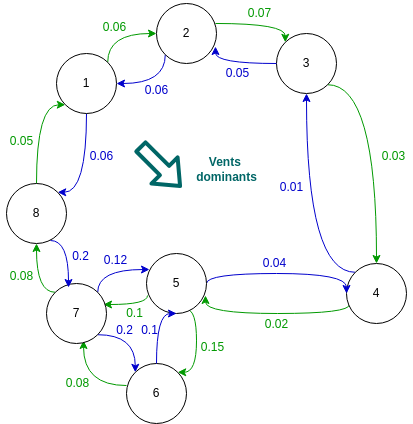
Before: graphique_pop_migration.drawio.png, a diagram exported from draw.io (NoSphyrna/GenPopOidium). Source tidied: cells renumbered, new cells last; positions are measured from the earlier drawing's top-left corner, leaving out a move shared by most shapes.
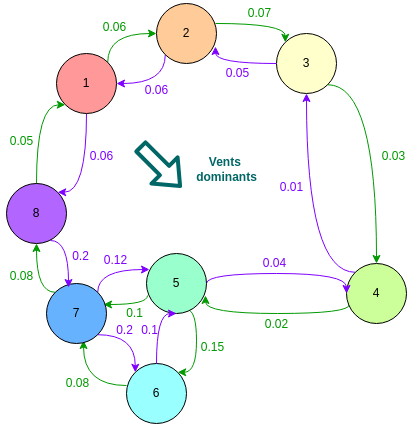
The same file after the commit.

Commit message:
Updated population migration model

Change to the diagram source:
```diff
@@ -2,7 +2,7 @@
   <root>
     <mxCell id="0" />
     <mxCell id="1" parent="0" />
-    <mxCell id="2" style="edgeStyle=orthogonalEdgeStyle;html=1;exitX=0.5;exitY=1;exitDx=0;exitDy=0;entryX=1;entryY=0;entryDx=0;entryDy=0;curved=1;strokeColor=#0000CC;" parent="1" edge="1" source="4" target="25">
+    <mxCell id="2" style="edgeStyle=orthogonalEdgeStyle;html=1;exitX=0.5;exitY=1;exitDx=0;exitDy=0;entryX=1;entryY=0;entryDx=0;entryDy=0;curved=1;strokeColor=#7F00FF;" parent="1" edge="1" source="4" target="25">
       <mxGeometry relative="1" as="geometry">
         <Array as="points">
           <mxPoint x="86" y="192" />
@@ -16,10 +16,10 @@
         </Array>
       </mxGeometry>
     </mxCell>
-    <mxCell id="4" value="1" style="ellipse;whiteSpace=wrap;html=1;" parent="1" vertex="1">
+    <mxCell id="4" value="1" style="ellipse;whiteSpace=wrap;html=1;fillColor=#FF9999;" parent="1" vertex="1">
       <mxGeometry x="56" y="53" width="60" height="60" as="geometry" />
     </mxCell>
-    <mxCell id="5" style="edgeStyle=orthogonalEdgeStyle;html=1;exitX=0;exitY=1;exitDx=0;exitDy=0;entryX=1;entryY=0.5;entryDx=0;entryDy=0;curved=1;strokeColor=#0000CC;" parent="1" edge="1" source="7" target="4">
+    <mxCell id="5" style="edgeStyle=orthogonalEdgeStyle;html=1;exitX=0;exitY=1;exitDx=0;exitDy=0;entryX=1;entryY=0.5;entryDx=0;entryDy=0;curved=1;strokeColor=#7F00FF;" parent="1" edge="1" source="7" target="4">
       <mxGeometry relative="1" as="geometry">
         <Array as="points">
           <mxPoint x="165" y="83" />
@@ -33,16 +33,16 @@
         </Array>
       </mxGeometry>
     </mxCell>
-    <mxCell id="7" value="2" style="ellipse;whiteSpace=wrap;html=1;" parent="1" vertex="1">
+    <mxCell id="7" value="2" style="ellipse;whiteSpace=wrap;html=1;fillColor=#FFCC99;" parent="1" vertex="1">
       <mxGeometry x="156" y="3" width="60" height="60" as="geometry" />
     </mxCell>
     <mxCell id="8" style="edgeStyle=orthogonalEdgeStyle;html=1;exitX=1;exitY=1;exitDx=0;exitDy=0;entryX=0.5;entryY=0;entryDx=0;entryDy=0;curved=1;strokeColor=#009900;" parent="1" edge="1" source="9" target="12">
       <mxGeometry relative="1" as="geometry" />
     </mxCell>
-    <mxCell id="9" value="3" style="ellipse;whiteSpace=wrap;html=1;" parent="1" vertex="1">
+    <mxCell id="9" value="3" style="ellipse;whiteSpace=wrap;html=1;fillColor=#FFFFCC;" parent="1" vertex="1">
       <mxGeometry x="276" y="33" width="60" height="60" as="geometry" />
     </mxCell>
-    <mxCell id="10" style="edgeStyle=orthogonalEdgeStyle;html=1;exitX=0;exitY=0;exitDx=0;exitDy=0;entryX=0.5;entryY=1;entryDx=0;entryDy=0;curved=1;strokeColor=#0000CC;" parent="1" edge="1" source="12" target="9">
+    <mxCell id="10" style="edgeStyle=orthogonalEdgeStyle;html=1;exitX=0;exitY=0;exitDx=0;exitDy=0;entryX=0.5;entryY=1;entryDx=0;entryDy=0;curved=1;strokeColor=#7F00FF;" parent="1" edge="1" source="12" target="9">
       <mxGeometry relative="1" as="geometry" />
     </mxCell>
     <mxCell id="11" style="edgeStyle=orthogonalEdgeStyle;html=1;exitX=0.05;exitY=0.683;exitDx=0;exitDy=0;entryX=0.983;entryY=0.7;entryDx=0;entryDy=0;exitPerimeter=0;curved=1;entryPerimeter=0;strokeColor=#009900;" parent="1" edge="1" source="12" target="16">
@@ -53,10 +53,10 @@
         </Array>
       </mxGeometry>
     </mxCell>
-    <mxCell id="12" value="4" style="ellipse;whiteSpace=wrap;html=1;" parent="1" vertex="1">
+    <mxCell id="12" value="4" style="ellipse;whiteSpace=wrap;html=1;fillColor=#CCFF99;" parent="1" vertex="1">
       <mxGeometry x="346" y="263" width="60" height="60" as="geometry" />
     </mxCell>
-    <mxCell id="13" style="edgeStyle=orthogonalEdgeStyle;html=1;exitX=1;exitY=0.5;exitDx=0;exitDy=0;entryX=0;entryY=0.5;entryDx=0;entryDy=0;curved=1;strokeColor=#0000CC;" parent="1" edge="1" source="16" target="12">
+    <mxCell id="13" style="edgeStyle=orthogonalEdgeStyle;html=1;exitX=1;exitY=0.5;exitDx=0;exitDy=0;entryX=0;entryY=0.5;entryDx=0;entryDy=0;curved=1;strokeColor=#7F00FF;" parent="1" edge="1" source="16" target="12">
       <mxGeometry relative="1" as="geometry">
         <Array as="points">
           <mxPoint x="206" y="273" />
@@ -79,19 +79,19 @@
         </Array>
       </mxGeometry>
     </mxCell>
-    <mxCell id="16" value="5" style="ellipse;whiteSpace=wrap;html=1;" parent="1" vertex="1">
+    <mxCell id="16" value="5" style="ellipse;whiteSpace=wrap;html=1;fillColor=#99FFCC;" parent="1" vertex="1">
       <mxGeometry x="146" y="253" width="60" height="60" as="geometry" />
     </mxCell>
     <mxCell id="17" style="edgeStyle=orthogonalEdgeStyle;html=1;exitX=0;exitY=0.367;exitDx=0;exitDy=0;entryX=0.617;entryY=0.95;entryDx=0;entryDy=0;exitPerimeter=0;entryPerimeter=0;curved=1;strokeColor=#009900;" parent="1" edge="1" source="18" target="22">
       <mxGeometry relative="1" as="geometry" />
     </mxCell>
-    <mxCell id="18" value="6" style="ellipse;whiteSpace=wrap;html=1;" parent="1" vertex="1">
+    <mxCell id="18" value="6" style="ellipse;whiteSpace=wrap;html=1;fillColor=#99FFFF;" parent="1" vertex="1">
       <mxGeometry x="126" y="363" width="60" height="60" as="geometry" />
     </mxCell>
-    <mxCell id="19" style="edgeStyle=orthogonalEdgeStyle;html=1;exitX=1;exitY=1;exitDx=0;exitDy=0;entryX=0;entryY=0;entryDx=0;entryDy=0;curved=1;strokeColor=#0000CC;" parent="1" edge="1" source="22" target="18">
+    <mxCell id="19" style="edgeStyle=orthogonalEdgeStyle;html=1;exitX=1;exitY=1;exitDx=0;exitDy=0;entryX=0;entryY=0;entryDx=0;entryDy=0;curved=1;strokeColor=#7F00FF;" parent="1" edge="1" source="22" target="18">
       <mxGeometry relative="1" as="geometry" />
     </mxCell>
-    <mxCell id="20" style="edgeStyle=orthogonalEdgeStyle;html=1;exitX=1;exitY=0;exitDx=0;exitDy=0;entryX=0.05;entryY=0.267;entryDx=0;entryDy=0;entryPerimeter=0;curved=1;strokeColor=#0000CC;" parent="1" edge="1" source="22" target="16">
+    <mxCell id="20" style="edgeStyle=orthogonalEdgeStyle;html=1;exitX=1;exitY=0;exitDx=0;exitDy=0;entryX=0.05;entryY=0.267;entryDx=0;entryDy=0;entryPerimeter=0;curved=1;strokeColor=#7F00FF;" parent="1" edge="1" source="22" target="16">
       <mxGeometry relative="1" as="geometry">
         <Array as="points">
           <mxPoint x="97" y="269" />
@@ -105,7 +105,7 @@
         </Array>
       </mxGeometry>
     </mxCell>
-    <mxCell id="22" value="7" style="ellipse;whiteSpace=wrap;html=1;" parent="1" vertex="1">
+    <mxCell id="22" value="7" style="ellipse;whiteSpace=wrap;html=1;fillColor=#66B2FF;" parent="1" vertex="1">
       <mxGeometry x="46" y="283" width="60" height="60" as="geometry" />
     </mxCell>
     <mxCell id="23" style="edgeStyle=orthogonalEdgeStyle;html=1;exitX=0.5;exitY=0;exitDx=0;exitDy=0;entryX=0;entryY=1;entryDx=0;entryDy=0;rounded=1;curved=1;strokeColor=#009900;" parent="1" edge="1" source="25" target="4">
@@ -115,24 +115,24 @@
         </Array>
       </mxGeometry>
     </mxCell>
-    <mxCell id="24" style="edgeStyle=orthogonalEdgeStyle;html=1;exitX=0.733;exitY=0.95;exitDx=0;exitDy=0;entryX=0.367;entryY=0.067;entryDx=0;entryDy=0;exitPerimeter=0;entryPerimeter=0;curved=1;strokeColor=#0000CC;" parent="1" edge="1" source="25" target="22">
+    <mxCell id="24" style="edgeStyle=orthogonalEdgeStyle;html=1;exitX=0.733;exitY=0.95;exitDx=0;exitDy=0;entryX=0.367;entryY=0.067;entryDx=0;entryDy=0;exitPerimeter=0;entryPerimeter=0;curved=1;strokeColor=#7F00FF;" parent="1" edge="1" source="25" target="22">
       <mxGeometry relative="1" as="geometry">
         <Array as="points">
           <mxPoint x="68" y="240" />
         </Array>
       </mxGeometry>
     </mxCell>
-    <mxCell id="25" value="8" style="ellipse;whiteSpace=wrap;html=1;" parent="1" vertex="1">
+    <mxCell id="25" value="8" style="ellipse;whiteSpace=wrap;html=1;fillColor=#B266FF;" parent="1" vertex="1">
       <mxGeometry x="6" y="183" width="60" height="60" as="geometry" />
     </mxCell>
-    <mxCell id="26" style="edgeStyle=orthogonalEdgeStyle;html=1;exitX=0;exitY=0.5;exitDx=0;exitDy=0;entryX=0.983;entryY=0.717;entryDx=0;entryDy=0;entryPerimeter=0;curved=1;strokeColor=#0000CC;" parent="1" edge="1" source="9" target="7">
+    <mxCell id="26" style="edgeStyle=orthogonalEdgeStyle;html=1;exitX=0;exitY=0.5;exitDx=0;exitDy=0;entryX=0.983;entryY=0.717;entryDx=0;entryDy=0;entryPerimeter=0;curved=1;strokeColor=#7F00FF;" parent="1" edge="1" source="9" target="7">
       <mxGeometry relative="1" as="geometry">
         <Array as="points">
           <mxPoint x="215" y="63" />
         </Array>
       </mxGeometry>
     </mxCell>
-    <mxCell id="27" style="edgeStyle=orthogonalEdgeStyle;html=1;entryX=0.5;entryY=1;entryDx=0;entryDy=0;curved=1;exitX=0.5;exitY=0;exitDx=0;exitDy=0;strokeColor=#0000CC;" parent="1" edge="1" source="18" target="16">
+    <mxCell id="27" style="edgeStyle=orthogonalEdgeStyle;html=1;entryX=0.5;entryY=1;entryDx=0;entryDy=0;curved=1;exitX=0.5;exitY=0;exitDx=0;exitDy=0;strokeColor=#7F00FF;" parent="1" edge="1" source="18" target="16">
       <mxGeometry relative="1" as="geometry">
         <Array as="points">
           <mxPoint x="156" y="313" />
@@ -166,31 +166,31 @@
     <mxCell id="36" value="&lt;font style=&quot;color: rgb(0, 153, 0);&quot;&gt;0.08&lt;/font&gt;" style="text;html=1;align=center;verticalAlign=middle;strokeColor=none;fillColor=none;" parent="1" vertex="1">
       <mxGeometry y="263" width="41" height="26" as="geometry" />
     </mxCell>
-    <mxCell id="37" value="&lt;font style=&quot;color: rgb(0, 0, 204);&quot;&gt;0.06&lt;/font&gt;" style="text;html=1;align=center;verticalAlign=middle;strokeColor=none;fillColor=none;" parent="1" vertex="1">
+    <mxCell id="37" value="&lt;font style=&quot;color: rgb(127, 0, 255);&quot;&gt;0.06&lt;/font&gt;" style="text;html=1;align=center;verticalAlign=middle;strokeColor=none;fillColor=none;" parent="1" vertex="1">
       <mxGeometry x="80" y="143" width="41" height="26" as="geometry" />
     </mxCell>
-    <mxCell id="38" value="&lt;font style=&quot;color: rgb(0, 0, 204);&quot;&gt;0.06&lt;/font&gt;" style="text;html=1;align=center;verticalAlign=middle;strokeColor=none;fillColor=none;" parent="1" vertex="1">
+    <mxCell id="38" value="&lt;font style=&quot;color: rgb(127, 0, 255);&quot;&gt;0.06&lt;/font&gt;" style="text;html=1;align=center;verticalAlign=middle;strokeColor=none;fillColor=none;" parent="1" vertex="1">
       <mxGeometry x="135.5" y="77" width="41" height="26" as="geometry" />
     </mxCell>
-    <mxCell id="39" value="&lt;font style=&quot;color: rgb(0, 0, 204);&quot;&gt;0.05&lt;/font&gt;" style="text;html=1;align=center;verticalAlign=middle;strokeColor=none;fillColor=none;" parent="1" vertex="1">
+    <mxCell id="39" value="&lt;font style=&quot;color: rgb(127, 0, 255);&quot;&gt;0.05&lt;/font&gt;" style="text;html=1;align=center;verticalAlign=middle;strokeColor=none;fillColor=none;" parent="1" vertex="1">
       <mxGeometry x="216" y="60" width="41" height="26" as="geometry" />
     </mxCell>
-    <mxCell id="40" value="&lt;font style=&quot;color: rgb(0, 0, 204);&quot;&gt;0.01&lt;/font&gt;" style="text;html=1;align=center;verticalAlign=middle;strokeColor=none;fillColor=none;" parent="1" vertex="1">
+    <mxCell id="40" value="&lt;font style=&quot;color: rgb(127, 0, 255);&quot;&gt;0.01&lt;/font&gt;" style="text;html=1;align=center;verticalAlign=middle;strokeColor=none;fillColor=none;" parent="1" vertex="1">
       <mxGeometry x="270" y="174" width="41" height="26" as="geometry" />
     </mxCell>
-    <mxCell id="41" value="&lt;font style=&quot;color: rgb(0, 0, 204);&quot;&gt;0.04&lt;/font&gt;" style="text;html=1;align=center;verticalAlign=middle;strokeColor=none;fillColor=none;" parent="1" vertex="1">
+    <mxCell id="41" value="&lt;font style=&quot;color: rgb(127, 0, 255);&quot;&gt;0.04&lt;/font&gt;" style="text;html=1;align=center;verticalAlign=middle;strokeColor=none;fillColor=none;" parent="1" vertex="1">
       <mxGeometry x="253" y="250" width="41" height="26" as="geometry" />
     </mxCell>
-    <mxCell id="42" value="&lt;font style=&quot;color: rgb(0, 0, 204);&quot;&gt;0.12&lt;/font&gt;" style="text;html=1;align=center;verticalAlign=middle;strokeColor=none;fillColor=none;" parent="1" vertex="1">
+    <mxCell id="42" value="&lt;font style=&quot;color: rgb(127, 0, 255);&quot;&gt;0.12&lt;/font&gt;" style="text;html=1;align=center;verticalAlign=middle;strokeColor=none;fillColor=none;" parent="1" vertex="1">
       <mxGeometry x="94" y="247" width="41" height="26" as="geometry" />
     </mxCell>
-    <mxCell id="43" value="&lt;font style=&quot;color: rgb(0, 0, 204);&quot;&gt;0.2&lt;/font&gt;" style="text;html=1;align=center;verticalAlign=middle;strokeColor=none;fillColor=none;" parent="1" vertex="1">
+    <mxCell id="43" value="&lt;font style=&quot;color: rgb(127, 0, 255);&quot;&gt;0.2&lt;/font&gt;" style="text;html=1;align=center;verticalAlign=middle;strokeColor=none;fillColor=none;" parent="1" vertex="1">
       <mxGeometry x="106" y="317" width="35" height="26" as="geometry" />
     </mxCell>
-    <mxCell id="44" value="&lt;font style=&quot;color: rgb(0, 0, 204);&quot;&gt;0.1&lt;/font&gt;" style="text;html=1;align=center;verticalAlign=middle;strokeColor=none;fillColor=none;" parent="1" vertex="1">
+    <mxCell id="44" value="&lt;font style=&quot;color: rgb(127, 0, 255);&quot;&gt;0.1&lt;/font&gt;" style="text;html=1;align=center;verticalAlign=middle;strokeColor=none;fillColor=none;" parent="1" vertex="1">
       <mxGeometry x="131" y="317" width="35" height="26" as="geometry" />
     </mxCell>
-    <mxCell id="45" value="&lt;font style=&quot;color: rgb(0, 0, 204);&quot;&gt;0.2&lt;/font&gt;" style="text;html=1;align=center;verticalAlign=middle;strokeColor=none;fillColor=none;" parent="1" vertex="1">
+    <mxCell id="45" value="&lt;font style=&quot;color: rgb(127, 0, 255);&quot;&gt;0.2&lt;/font&gt;" style="text;html=1;align=center;verticalAlign=middle;strokeColor=none;fillColor=none;" parent="1" vertex="1">
       <mxGeometry x="62" y="243" width="35" height="26" as="geometry" />
     </mxCell>
     <mxCell id="46" style="shape=flexArrow;endArrow=classic;html=1;strokeColor=#006666;strokeWidth=4;" parent="1" edge="1">
```
